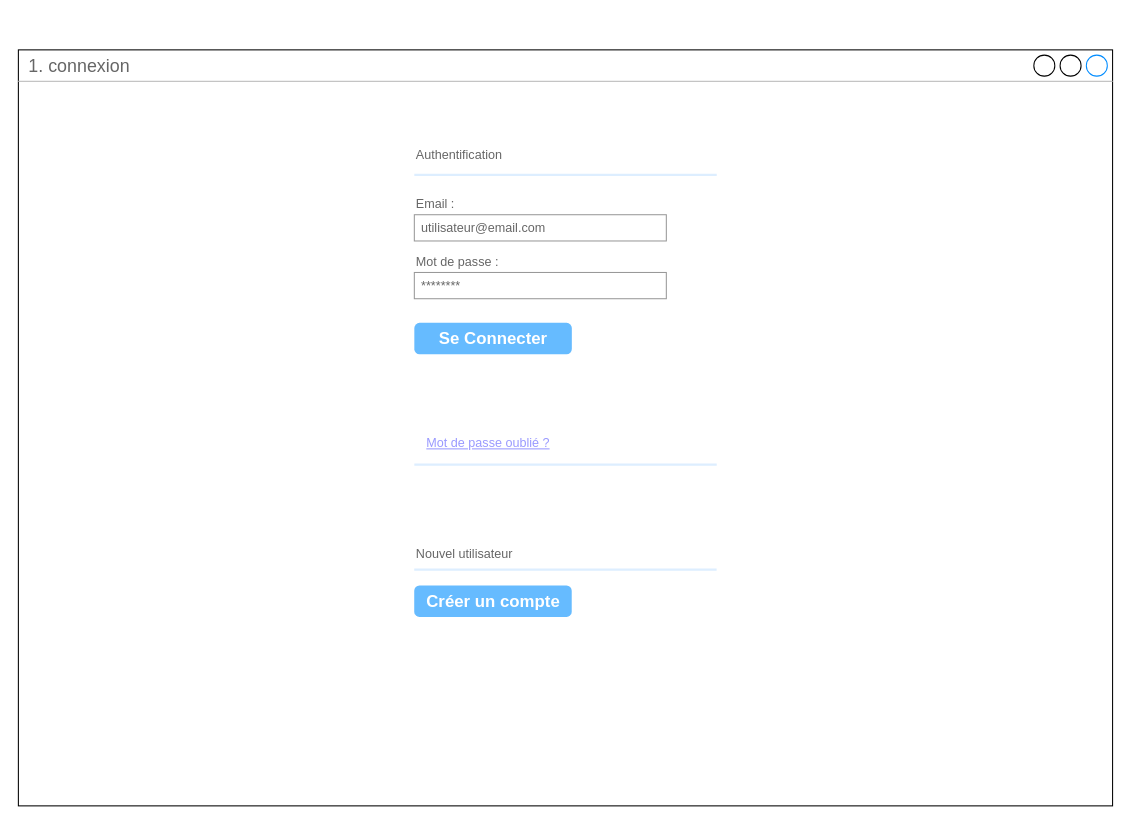
Earlier version of the draw.io diagram page "1. connexion" (1 of 11) of P3 - maquettes - Mobile.drawio (GDSDC/OpenclassroomsProject-P3). Source tidied: cells renumbered, new cells numbered last; positions are measured from the earlier drawing's top-left corner, leaving out a move shared by most shapes. Both pictures are drawn from the tidied source at 105%, with x=0, y=0 at pixel (18, 49).
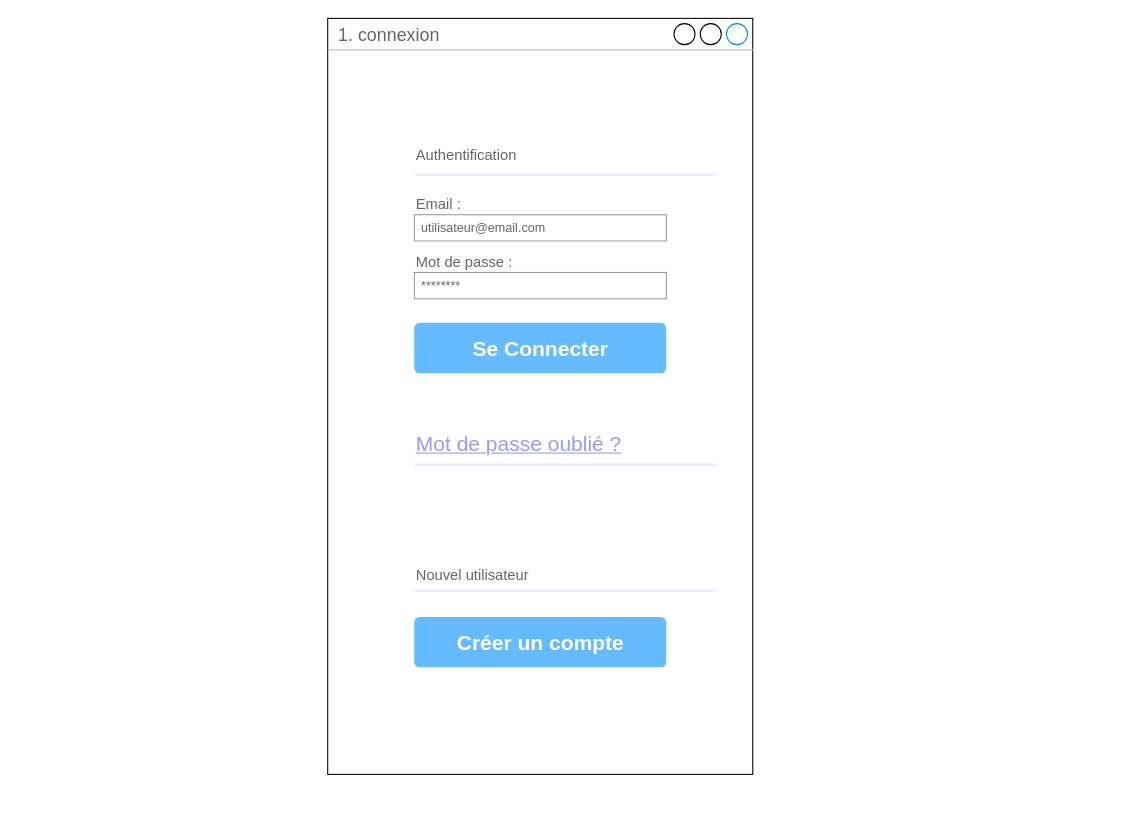
The same diagram, later.

Diff of the diagram source:
```diff
@@
 <mxGraphModel>
   <root>
     <mxCell id="0" />
     <mxCell id="1" parent="0" />
     <mxCell id="2" value="1. connexion" style="strokeWidth=1;shadow=0;dashed=0;align=center;html=1;shape=mxgraph.mockup.containers.window;align=left;verticalAlign=top;spacingLeft=8;strokeColor2=#008cff;strokeColor3=#c4c4c4;fontColor=#666666;mainText=;fontSize=17;labelBackgroundColor=none;" parent="1" vertex="1">
-      <mxGeometry width="1042.1" height="720" as="geometry" />
+      <mxGeometry x="294.6" y="-30" width="404.8" height="720" as="geometry" />
     </mxCell>
-    <mxCell id="3" value="Authentification" style="strokeWidth=1;shadow=0;dashed=0;align=center;html=1;shape=mxgraph.mockup.forms.anchor;fontSize=12;fontColor=#666666;align=left;spacingLeft=0;" parent="1" vertex="1">
+    <mxCell id="3" value="&lt;font style=&quot;font-size: 14px;&quot;&gt;Authentification&lt;/font&gt;" style="strokeWidth=1;shadow=0;dashed=0;align=center;html=1;shape=mxgraph.mockup.forms.anchor;fontSize=14;fontColor=#666666;align=left;spacingLeft=0;" parent="1" vertex="1">
       <mxGeometry x="377.1" y="90" width="160" height="20" as="geometry" />
     </mxCell>
     <mxCell id="4" style="shape=line;strokeColor=#ddeeff;strokeWidth=2;html=1;" parent="1" vertex="1">
       <mxGeometry x="377.1" y="114" width="288" height="10" as="geometry" />
     </mxCell>
-    <mxCell id="5" value="Email :" style="strokeWidth=1;shadow=0;dashed=0;align=center;html=1;shape=mxgraph.mockup.forms.anchor;fontSize=12;fontColor=#666666;align=left;spacingLeft=0;" parent="1" vertex="1">
+    <mxCell id="5" value="Email :" style="strokeWidth=1;shadow=0;dashed=0;align=center;html=1;shape=mxgraph.mockup.forms.anchor;fontSize=14;fontColor=#666666;align=left;spacingLeft=0;" parent="1" vertex="1">
       <mxGeometry x="377.1" y="137" width="160" height="20" as="geometry" />
     </mxCell>
     <mxCell id="6" value="utilisateur@email.com" style="strokeWidth=1;shadow=0;dashed=0;align=center;html=1;shape=mxgraph.mockup.forms.rrect;rSize=0;strokeColor=#999999;fontColor=#666666;align=left;spacingLeft=5;" parent="1" vertex="1">
       <mxGeometry x="377.1" y="157" width="240" height="25" as="geometry" />
     </mxCell>
-    <mxCell id="7" value="Mot de passe :" style="strokeWidth=1;shadow=0;dashed=0;align=center;html=1;shape=mxgraph.mockup.forms.anchor;fontSize=12;fontColor=#666666;align=left;spacingLeft=0;" parent="1" vertex="1">
+    <mxCell id="7" value="Mot de passe :" style="strokeWidth=1;shadow=0;dashed=0;align=center;html=1;shape=mxgraph.mockup.forms.anchor;fontSize=14;fontColor=#666666;align=left;spacingLeft=0;" parent="1" vertex="1">
       <mxGeometry x="377.1" y="192" width="160" height="20" as="geometry" />
     </mxCell>
     <mxCell id="8" value="********" style="strokeWidth=1;shadow=0;dashed=0;align=center;html=1;shape=mxgraph.mockup.forms.rrect;rSize=0;strokeColor=#999999;fontColor=#666666;align=left;spacingLeft=5;" parent="1" vertex="1">
       <mxGeometry x="377.1" y="212" width="240" height="25" as="geometry" />
     </mxCell>
-    <mxCell id="9" value="Se Connecter" style="strokeWidth=1;shadow=0;dashed=0;align=center;html=1;shape=mxgraph.mockup.forms.rrect;rSize=5;strokeColor=none;fontColor=#ffffff;fillColor=#66bbff;fontSize=16;fontStyle=1;" parent="1" vertex="1">
-      <mxGeometry x="377.1" y="260" width="150" height="30" as="geometry" />
+    <mxCell id="9" value="&lt;font style=&quot;font-size: 20px&quot;&gt;Se Connecter&lt;/font&gt;" style="strokeWidth=1;shadow=0;dashed=0;align=center;html=1;shape=mxgraph.mockup.forms.rrect;rSize=5;strokeColor=none;fontColor=#ffffff;fillColor=#66bbff;fontSize=16;fontStyle=1;" parent="1" vertex="1">
+      <mxGeometry x="377" y="260" width="240" height="48" as="geometry" />
     </mxCell>
-    <mxCell id="10" value="Mot de passe oublié ?" style="strokeWidth=1;shadow=0;dashed=0;align=center;html=1;shape=mxgraph.mockup.forms.anchor;fontSize=12;fontColor=#9999ff;align=left;spacingLeft=0;fontStyle=4;" parent="1" vertex="1">
-      <mxGeometry x="387.1" y="365" width="240" height="20" as="geometry" />
+    <mxCell id="10" value="&lt;font style=&quot;font-size: 20px&quot;&gt;Mot de passe oublié ?&lt;/font&gt;" style="strokeWidth=1;shadow=0;dashed=0;align=center;html=1;shape=mxgraph.mockup.forms.anchor;fontSize=14;fontColor=#9999ff;align=left;spacingLeft=0;fontStyle=4;" parent="1" vertex="1">
+      <mxGeometry x="377.1" y="365" width="240" height="20" as="geometry" />
     </mxCell>
     <mxCell id="11" style="shape=line;strokeColor=#ddeeff;strokeWidth=2;html=1;" parent="1" vertex="1">
       <mxGeometry x="377.1" y="390" width="288" height="10" as="geometry" />
     </mxCell>
-    <mxCell id="12" value="Nouvel utilisateur" style="strokeWidth=1;shadow=0;dashed=0;align=center;html=1;shape=mxgraph.mockup.forms.anchor;fontSize=12;fontColor=#666666;align=left;spacingLeft=0;" parent="1" vertex="1">
-      <mxGeometry x="377.1" y="470" width="240" height="20" as="geometry" />
+    <mxCell id="12" value="Nouvel utilisateur" style="strokeWidth=1;shadow=0;dashed=0;align=center;html=1;shape=mxgraph.mockup.forms.anchor;fontSize=14;fontColor=#666666;align=left;spacingLeft=0;" parent="1" vertex="1">
+      <mxGeometry x="377.1" y="490" width="240" height="20" as="geometry" />
     </mxCell>
-    <mxCell id="13" value="Créer un compte" style="strokeWidth=1;shadow=0;dashed=0;align=center;html=1;shape=mxgraph.mockup.forms.rrect;rSize=5;strokeColor=none;fontColor=#ffffff;fillColor=#66bbff;fontSize=16;fontStyle=1;" parent="1" vertex="1">
-      <mxGeometry x="377" y="510" width="150" height="30" as="geometry" />
+    <mxCell id="13" value="&lt;font style=&quot;font-size: 20px&quot;&gt;Créer un compte&lt;/font&gt;" style="strokeWidth=1;shadow=0;dashed=0;align=center;html=1;shape=mxgraph.mockup.forms.rrect;rSize=5;strokeColor=none;fontColor=#ffffff;fillColor=#66bbff;fontSize=16;fontStyle=1;" parent="1" vertex="1">
+      <mxGeometry x="377" y="540" width="240" height="48" as="geometry" />
     </mxCell>
     <mxCell id="14" style="shape=line;strokeColor=#ddeeff;strokeWidth=2;html=1;" parent="1" vertex="1">
-      <mxGeometry x="377" y="490" width="288" height="10" as="geometry" />
+      <mxGeometry x="377" y="510" width="288" height="10" as="geometry" />
     </mxCell>
   </root>
 </mxGraphModel>
```
